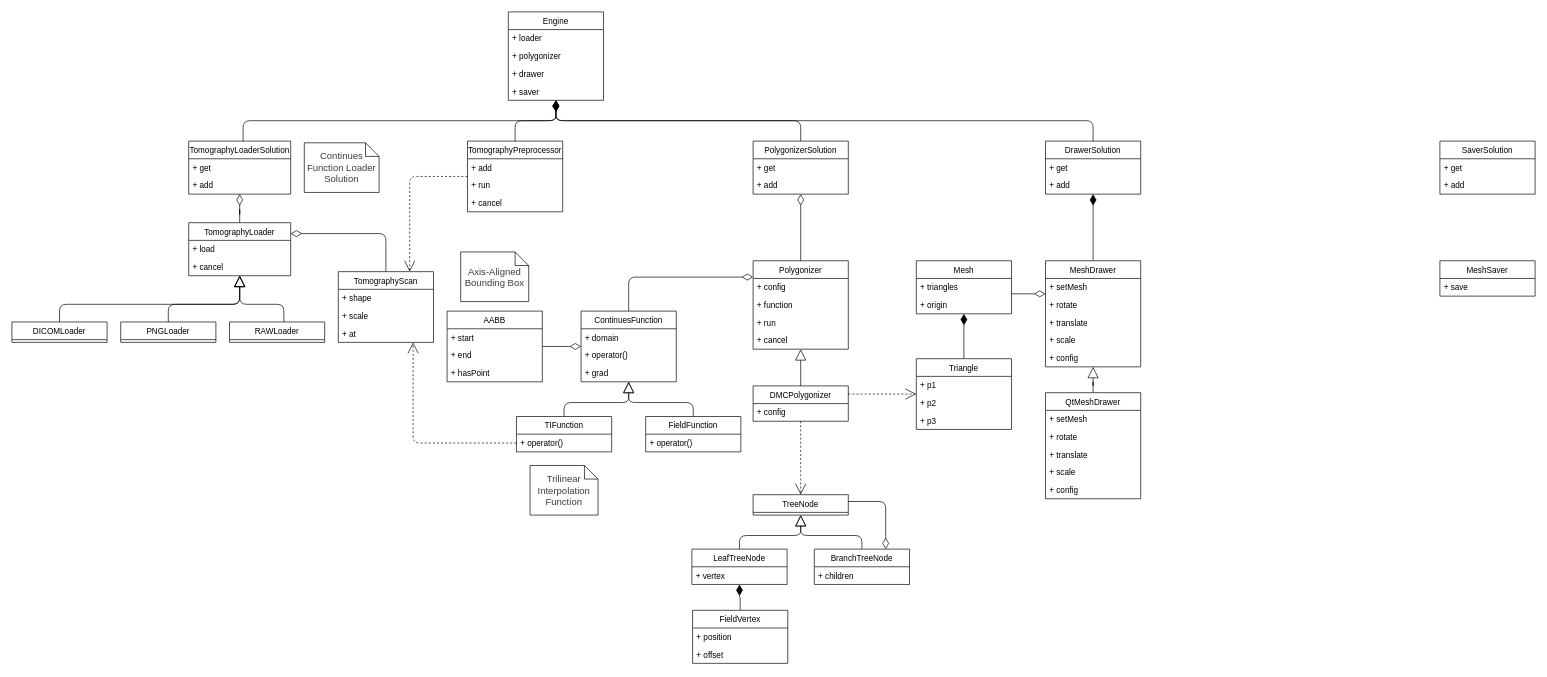
Above: uml.drawio in maxhha/bmstu-iu7-cg-cp (draw.io), before the change. Source tidied: cells renumbered, new cells numbered last; positions are measured from the earlier drawing's top-left corner, leaving out a move shared by most shapes. Both pictures are drawn from the tidied source at 68%, with x=0, y=0 at pixel (12, 12).
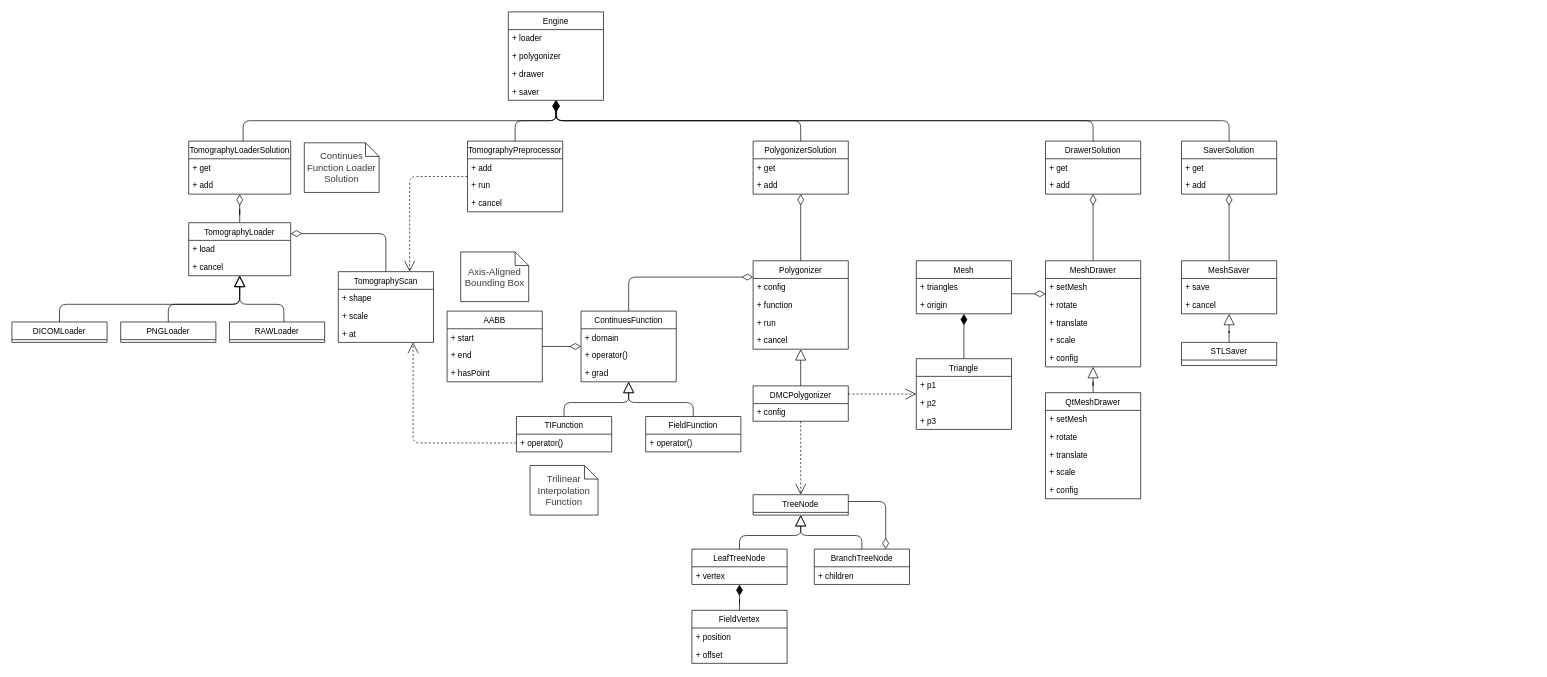
Above is the later version.

Unchanged cells that the change refers to:
```xml
<mxCell id="25" value="MeshDrawer" style="swimlane;fontStyle=0;horizontal=1;startSize=26;fillColor=none;" parent="1" vertex="1">
  <mxGeometry x="1520" y="366" width="140" height="156" as="geometry" />
</mxCell>
<mxCell id="63" value="DrawerSolution" style="swimlane;fontStyle=0;horizontal=1;startSize=26;fillColor=none;" parent="1" vertex="1">
  <mxGeometry x="1520" y="190" width="140" height="78" as="geometry" />
</mxCell>
```

The edit, as a diff of the source:
```diff
@@
+    <mxCell id="111" style="edgeStyle=orthogonalEdgeStyle;rounded=1;jettySize=auto;html=1;endArrow=diamondThin;endFill=0;startSize=14;endSize=14;" parent="1" edge="1" source="22" target="60">
+      <mxGeometry relative="1" as="geometry" />
+    </mxCell>
     <mxCell id="22" value="MeshSaver" style="swimlane;fontStyle=0;horizontal=1;startSize=26;fillColor=none;" parent="1" vertex="1">
-      <mxGeometry x="2100" y="366" width="140" height="52" as="geometry" />
+      <mxGeometry x="1720" y="366" width="140" height="78" as="geometry" />
     </mxCell>
@@
+    <mxCell id="112" value="+ cancel" style="text;strokeColor=none;fillColor=none;align=left;verticalAlign=top;spacingLeft=4;spacingRight=4;overflow=hidden;" parent="22" vertex="1">
+      <mxGeometry y="52" width="140" height="26" as="geometry" />
+    </mxCell>
-    <mxCell id="24" style="edgeStyle=orthogonalEdgeStyle;rounded=0;jettySize=auto;html=1;endArrow=diamondThin;endFill=1;endSize=14;startSize=14;" parent="1" edge="1" source="25" target="63">
+    <mxCell id="24" style="edgeStyle=orthogonalEdgeStyle;rounded=0;jettySize=auto;html=1;endArrow=diamondThin;endFill=0;endSize=14;startSize=14;" parent="1" edge="1" source="25" target="63">
       <mxGeometry relative="1" as="geometry" />
     </mxCell>
@@
+    <mxCell id="113" style="edgeStyle=orthogonalEdgeStyle;rounded=1;jettySize=auto;html=1;endSize=14;startSize=14;endArrow=diamondThin;endFill=1;exitX=0.5;exitY=0;exitDx=0;exitDy=0;" parent="1" edge="1" source="60">
+      <mxGeometry relative="1" as="geometry">
+        <mxPoint x="801" y="130" as="targetPoint" />
+        <Array as="points">
+          <mxPoint x="1790" y="160" />
+          <mxPoint x="801" y="160" />
+        </Array>
+      </mxGeometry>
+    </mxCell>
     <mxCell id="60" value="SaverSolution" style="swimlane;fontStyle=0;horizontal=1;startSize=26;fillColor=none;" parent="1" vertex="1">
-      <mxGeometry x="2100" y="190" width="140" height="78" as="geometry" />
+      <mxGeometry x="1720" y="190" width="140" height="78" as="geometry" />
     </mxCell>
@@
     <mxCell id="80" value="FieldVertex" style="swimlane;fontStyle=0;horizontal=1;startSize=26;fillColor=none;" parent="1" vertex="1">
-      <mxGeometry x="1001" y="880" width="140" height="78" as="geometry" />
+      <mxGeometry x="1000" y="880" width="140" height="78" as="geometry" />
     </mxCell>
@@
+    <mxCell id="114" style="edgeStyle=orthogonalEdgeStyle;rounded=1;jettySize=auto;html=1;endArrow=block;endFill=0;startSize=14;endSize=14;" parent="1" edge="1" source="115" target="22">
+      <mxGeometry relative="1" as="geometry" />
+    </mxCell>
+    <mxCell id="115" value="STLSaver" style="swimlane;fontStyle=0;horizontal=1;startSize=26;fillColor=none;" parent="1" vertex="1">
+      <mxGeometry x="1720" y="486" width="140" height="34" as="geometry" />
+    </mxCell>
```
